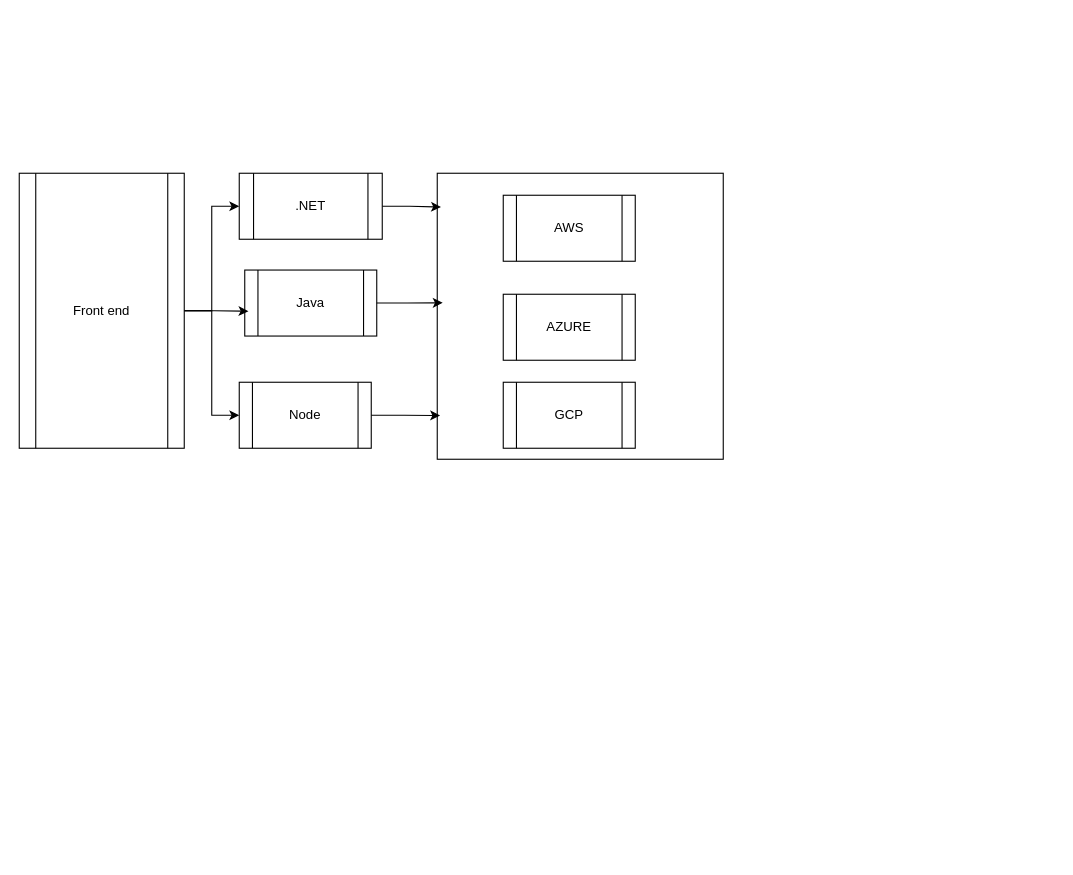
Above: Untitled Diagram.drawio in VJVemuri/diagrams (draw.io), before the change. Source tidied: cells renumbered, new cells numbered last; positions are measured from the earlier drawing's top-left corner, leaving out a move shared by most shapes. Both pictures are drawn from the tidied source at 110%, with x=0, y=0 at pixel (19, 173).
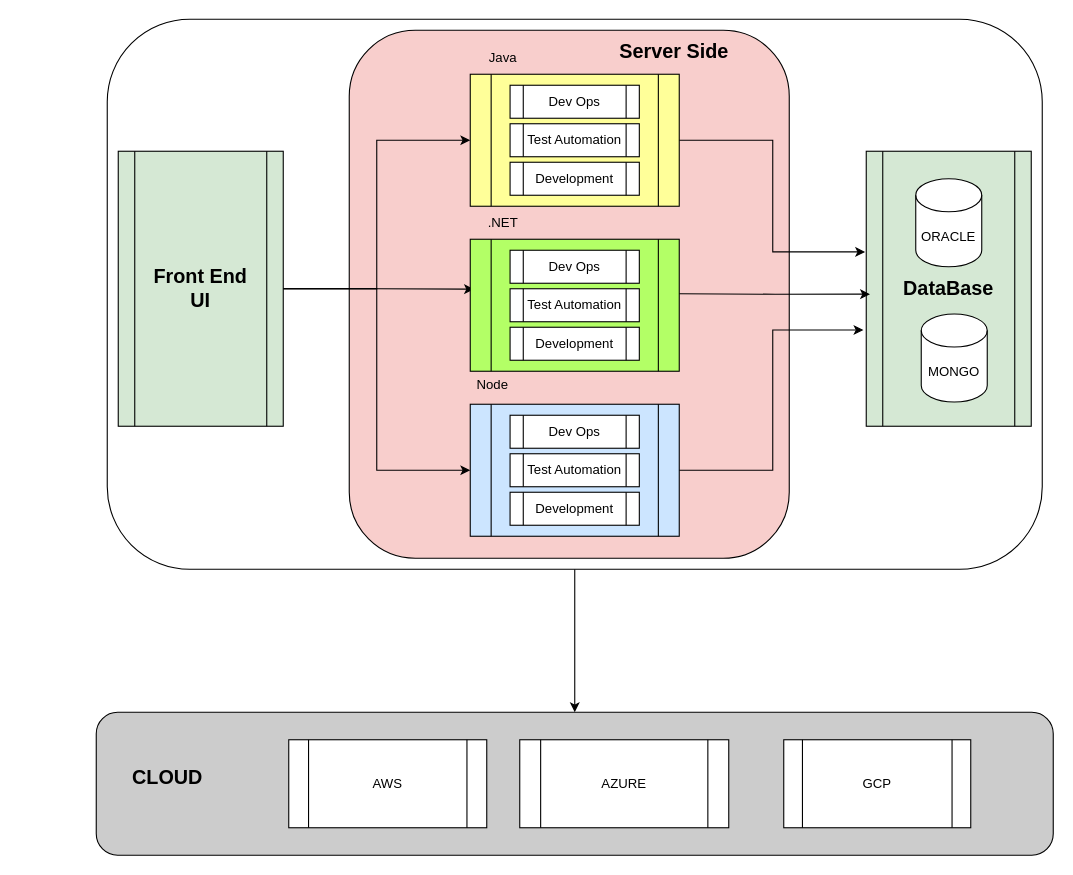
The same page after the edit.

Change to the diagram source:
```diff
@@
-    <mxCell id="2" style="edgeStyle=orthogonalEdgeStyle;rounded=0;jettySize=auto;html=1;entryX=0;entryY=0.5;entryDx=0;entryDy=0;" parent="1" edge="1" source="4" target="7">
-      <mxGeometry relative="1" as="geometry" />
-    </mxCell>
+    <mxCell id="16" style="edgeStyle=orthogonalEdgeStyle;rounded=0;jettySize=auto;html=1;entryX=0.5;entryY=0;entryDx=0;entryDy=0;" parent="1" edge="1" source="17" target="43">
+      <mxGeometry relative="1" as="geometry" />
+    </mxCell>
+    <mxCell id="17" style="rounded=1;whiteSpace=wrap;html=1;" parent="1" vertex="1">
+      <mxGeometry x="80" y="-140" width="850" height="500" as="geometry" />
+    </mxCell>
+    <mxCell id="18" style="rounded=1;whiteSpace=wrap;html=1;fillColor=#F8CECC;" parent="1" vertex="1">
+      <mxGeometry x="300" y="-130" width="400" height="480" as="geometry" />
+    </mxCell>
@@
+    <mxCell id="19" style="edgeStyle=orthogonalEdgeStyle;rounded=0;jettySize=auto;html=1;entryX=0;entryY=0.5;entryDx=0;entryDy=0;" parent="1" edge="1" source="4" target="25">
+      <mxGeometry relative="1" as="geometry" />
+    </mxCell>
-    <mxCell id="4" value="Front end" style="shape=process;whiteSpace=wrap;html=1;backgroundOutline=1;" parent="1" vertex="1">
-      <mxGeometry width="150" height="250" as="geometry" />
+    <mxCell id="4" value="&lt;div&gt;&lt;b&gt;&lt;font style=&quot;font-size: 18px;&quot;&gt;Front End&lt;/font&gt;&lt;/b&gt;&lt;/div&gt;&lt;div&gt;&lt;b&gt;&lt;font style=&quot;font-size: 18px;&quot;&gt;UI&lt;/font&gt;&lt;/b&gt;&lt;/div&gt;" style="shape=process;whiteSpace=wrap;html=1;backgroundOutline=1;fillColor=#D5E8D4;" parent="1" vertex="1">
+      <mxGeometry x="90" y="-20" width="150" height="250" as="geometry" />
     </mxCell>
+    <mxCell id="12" style="edgeStyle=orthogonalEdgeStyle;rounded=0;jettySize=auto;html=1;exitX=1;exitY=0.5;exitDx=0;exitDy=0;entryX=0.028;entryY=0.623;entryDx=0;entryDy=0;entryPerimeter=0;" parent="1" edge="1" source="4">
+      <mxGeometry relative="1" as="geometry">
+        <mxPoint x="413.4" y="105.4" as="targetPoint" />
+      </mxGeometry>
+    </mxCell>
+    <mxCell id="20" style="group;fillColor=#FFFF99;" parent="1" vertex="1">
+      <mxGeometry x="410" y="-90" width="190" height="120" as="geometry" />
+    </mxCell>
-    <mxCell id="5" value=".NET" style="shape=process;whiteSpace=wrap;html=1;backgroundOutline=1;" parent="1" vertex="1">
-      <mxGeometry x="200" width="130" height="60" as="geometry" />
+    <mxCell id="5" style="shape=process;whiteSpace=wrap;html=1;backgroundOutline=1;fillColor=#FFFF99;" parent="20" vertex="1">
+      <mxGeometry width="190" height="120" as="geometry" />
     </mxCell>
+    <mxCell id="21" value="Test Automation" style="shape=process;whiteSpace=wrap;html=1;backgroundOutline=1;" parent="20" vertex="1">
+      <mxGeometry x="36.2" y="45" width="117.5" height="30" as="geometry" />
+    </mxCell>
+    <mxCell id="22" value="Dev Ops" style="shape=process;whiteSpace=wrap;html=1;backgroundOutline=1;" parent="20" vertex="1">
+      <mxGeometry x="36.2" y="10" width="117.5" height="30" as="geometry" />
+    </mxCell>
+    <mxCell id="23" value="Development" style="shape=process;whiteSpace=wrap;html=1;backgroundOutline=1;" parent="20" vertex="1">
+      <mxGeometry x="36.2" y="80" width="117.5" height="30" as="geometry" />
+    </mxCell>
+    <mxCell id="24" style="group;fillColor=#CCCCFF;" parent="1" vertex="1">
+      <mxGeometry x="410" y="210" width="190" height="120" as="geometry" />
+    </mxCell>
+    <mxCell id="25" style="shape=process;whiteSpace=wrap;html=1;backgroundOutline=1;fillColor=#CCE5FF;" parent="24" vertex="1">
+      <mxGeometry width="190" height="120" as="geometry" />
+    </mxCell>
+    <mxCell id="26" value="Test Automation" style="shape=process;whiteSpace=wrap;html=1;backgroundOutline=1;" parent="24" vertex="1">
+      <mxGeometry x="36.2" y="45" width="117.5" height="30" as="geometry" />
+    </mxCell>
+    <mxCell id="27" value="Dev Ops" style="shape=process;whiteSpace=wrap;html=1;backgroundOutline=1;" parent="24" vertex="1">
+      <mxGeometry x="36.2" y="10" width="117.5" height="30" as="geometry" />
+    </mxCell>
+    <mxCell id="28" value="Development" style="shape=process;whiteSpace=wrap;html=1;backgroundOutline=1;" parent="24" vertex="1">
+      <mxGeometry x="36.2" y="80" width="117.5" height="30" as="geometry" />
+    </mxCell>
+    <mxCell id="29" style="group;" parent="1" vertex="1">
+      <mxGeometry x="410" y="60" width="190" height="120" as="geometry" />
+    </mxCell>
+    <mxCell id="30" style="shape=process;whiteSpace=wrap;html=1;backgroundOutline=1;fillColor=#B3FF66;" parent="29" vertex="1">
+      <mxGeometry width="190" height="120" as="geometry" />
+    </mxCell>
+    <mxCell id="31" value="Test Automation" style="shape=process;whiteSpace=wrap;html=1;backgroundOutline=1;" parent="29" vertex="1">
+      <mxGeometry x="36.2" y="45" width="117.5" height="30" as="geometry" />
+    </mxCell>
+    <mxCell id="32" value="Dev Ops" style="shape=process;whiteSpace=wrap;html=1;backgroundOutline=1;" parent="29" vertex="1">
+      <mxGeometry x="36.2" y="10" width="117.5" height="30" as="geometry" />
+    </mxCell>
+    <mxCell id="33" value="Development" style="shape=process;whiteSpace=wrap;html=1;backgroundOutline=1;" parent="29" vertex="1">
+      <mxGeometry x="36.2" y="80" width="117.5" height="30" as="geometry" />
+    </mxCell>
-    <mxCell id="6" value="Java" style="shape=process;whiteSpace=wrap;html=1;backgroundOutline=1;" parent="1" vertex="1">
-      <mxGeometry x="205" y="88" width="120" height="60" as="geometry" />
+    <mxCell id="6" value="Java" style="text;html=1;align=center;verticalAlign=middle;whiteSpace=wrap;rounded=0;" parent="1" vertex="1">
+      <mxGeometry x="410" y="-120" width="60" height="30" as="geometry" />
     </mxCell>
+    <mxCell id="34" value=".NET" style="text;html=1;align=center;verticalAlign=middle;whiteSpace=wrap;rounded=0;" parent="1" vertex="1">
+      <mxGeometry x="410" y="30" width="60" height="30" as="geometry" />
+    </mxCell>
-    <mxCell id="7" value="Node" style="shape=process;whiteSpace=wrap;html=1;backgroundOutline=1;" parent="1" vertex="1">
-      <mxGeometry x="200" y="190" width="120" height="60" as="geometry" />
+    <mxCell id="7" value="Node" style="text;html=1;align=center;verticalAlign=middle;points=[];strokeColor=none;fillColor=none;" parent="1" vertex="1">
+      <mxGeometry x="405" y="178" width="50" height="30" as="geometry" />
     </mxCell>
-    <mxCell id="8" style="whiteSpace=wrap;html=1;" parent="1" vertex="1">
-      <mxGeometry x="380" width="260" height="260" as="geometry" />
-    </mxCell>
+    <mxCell id="35" value="&lt;b&gt;&lt;font style=&quot;font-size: 18px;&quot;&gt;DataBase&lt;/font&gt;&lt;/b&gt;" style="shape=process;whiteSpace=wrap;html=1;backgroundOutline=1;fillColor=#D5E8D4;" parent="1" vertex="1">
+      <mxGeometry x="770" y="-20" width="150" height="250" as="geometry" />
+    </mxCell>
+    <mxCell id="36" value="ORACLE" style="shape=cylinder3;whiteSpace=wrap;html=1;boundedLbl=1;backgroundOutline=1;size=15;" parent="1" vertex="1">
+      <mxGeometry x="815" y="5" width="60" height="80" as="geometry" />
+    </mxCell>
+    <mxCell id="37" value="MONGO" style="shape=cylinder3;whiteSpace=wrap;html=1;boundedLbl=1;backgroundOutline=1;size=15;" parent="1" vertex="1">
+      <mxGeometry x="820" y="128" width="60" height="80" as="geometry" />
+    </mxCell>
+    <mxCell id="38" value="&lt;b&gt;&lt;font style=&quot;font-size: 18px;&quot;&gt;Server Side&lt;/font&gt;&lt;/b&gt;" style="text;html=1;align=center;verticalAlign=middle;strokeColor=none;fillColor=none;" parent="1" vertex="1">
+      <mxGeometry x="535" y="-130" width="120" height="40" as="geometry" />
+    </mxCell>
+    <mxCell id="39" style="edgeStyle=orthogonalEdgeStyle;rounded=0;orthogonalLoop=1;jettySize=auto;html=1;exitX=1;exitY=0.5;exitDx=0;exitDy=0;entryX=0.028;entryY=0.623;entryDx=0;entryDy=0;entryPerimeter=0;" parent="1" edge="1">
+      <mxGeometry relative="1" as="geometry">
+        <mxPoint x="600" y="109.5" as="sourcePoint" />
+        <mxPoint x="773.4" y="109.9" as="targetPoint" />
+      </mxGeometry>
+    </mxCell>
+    <mxCell id="40" style="edgeStyle=orthogonalEdgeStyle;rounded=0;jettySize=auto;html=1;entryX=-0.007;entryY=0.366;entryDx=0;entryDy=0;entryPerimeter=0;" parent="1" edge="1" source="5" target="35">
+      <mxGeometry relative="1" as="geometry" />
+    </mxCell>
+    <mxCell id="41" style="edgeStyle=orthogonalEdgeStyle;rounded=0;jettySize=auto;html=1;entryX=-0.017;entryY=0.65;entryDx=0;entryDy=0;entryPerimeter=0;" parent="1" edge="1" source="25" target="35">
+      <mxGeometry relative="1" as="geometry" />
+    </mxCell>
+    <mxCell id="42" style="group;" parent="1" vertex="1">
+      <mxGeometry x="70" y="490" width="870" height="130" as="geometry" />
+    </mxCell>
+    <mxCell id="43" style="rounded=1;whiteSpace=wrap;html=1;fillColor=#CCCCCC;" parent="42" vertex="1">
+      <mxGeometry width="870" height="130" as="geometry" />
+    </mxCell>
-    <mxCell id="9" value="AWS" style="shape=process;whiteSpace=wrap;html=1;backgroundOutline=1;" parent="1" vertex="1">
-      <mxGeometry x="440" y="20" width="120" height="60" as="geometry" />
+    <mxCell id="9" value="AWS" style="shape=process;whiteSpace=wrap;html=1;backgroundOutline=1;" parent="42" vertex="1">
+      <mxGeometry x="175" y="25" width="180" height="80" as="geometry" />
     </mxCell>
-    <mxCell id="10" value="AZURE" style="shape=process;whiteSpace=wrap;html=1;backgroundOutline=1;" parent="1" vertex="1">
-      <mxGeometry x="440" y="110" width="120" height="60" as="geometry" />
+    <mxCell id="10" value="AZURE" style="shape=process;whiteSpace=wrap;html=1;backgroundOutline=1;" parent="42" vertex="1">
+      <mxGeometry x="385" y="25" width="190" height="80" as="geometry" />
     </mxCell>
-    <mxCell id="11" value="GCP" style="shape=process;whiteSpace=wrap;html=1;backgroundOutline=1;" parent="1" vertex="1">
-      <mxGeometry x="440" y="190" width="120" height="60" as="geometry" />
+    <mxCell id="11" value="GCP" style="shape=process;whiteSpace=wrap;html=1;backgroundOutline=1;" parent="42" vertex="1">
+      <mxGeometry x="625" y="25" width="170" height="80" as="geometry" />
     </mxCell>
-    <mxCell id="12" style="edgeStyle=orthogonalEdgeStyle;rounded=0;jettySize=auto;html=1;exitX=1;exitY=0.5;exitDx=0;exitDy=0;entryX=0.028;entryY=0.623;entryDx=0;entryDy=0;entryPerimeter=0;" parent="1" edge="1" source="4" target="6">
-      <mxGeometry relative="1" as="geometry" />
-    </mxCell>
-    <mxCell id="13" style="edgeStyle=orthogonalEdgeStyle;rounded=0;jettySize=auto;html=1;exitX=1;exitY=0.5;exitDx=0;exitDy=0;entryX=0.019;entryY=0.453;entryDx=0;entryDy=0;entryPerimeter=0;" parent="1" edge="1" source="6" target="8">
-      <mxGeometry relative="1" as="geometry" />
-    </mxCell>
-    <mxCell id="14" style="edgeStyle=orthogonalEdgeStyle;rounded=0;jettySize=auto;html=1;exitX=1;exitY=0.5;exitDx=0;exitDy=0;entryX=0.01;entryY=0.847;entryDx=0;entryDy=0;entryPerimeter=0;" parent="1" edge="1" source="7" target="8">
-      <mxGeometry relative="1" as="geometry" />
-    </mxCell>
-    <mxCell id="15" style="edgeStyle=orthogonalEdgeStyle;rounded=0;jettySize=auto;html=1;entryX=0.013;entryY=0.118;entryDx=0;entryDy=0;entryPerimeter=0;" parent="1" edge="1" source="5" target="8">
-      <mxGeometry relative="1" as="geometry" />
-    </mxCell>
+    <mxCell id="44" value="&lt;b&gt;&lt;font style=&quot;font-size: 18px;&quot;&gt;CLOUD&lt;/font&gt;&lt;/b&gt;" style="text;html=1;align=center;verticalAlign=middle;whiteSpace=wrap;rounded=0;" parent="42" vertex="1">
+      <mxGeometry x="35" y="45" width="60" height="30" as="geometry" />
+    </mxCell>
```
